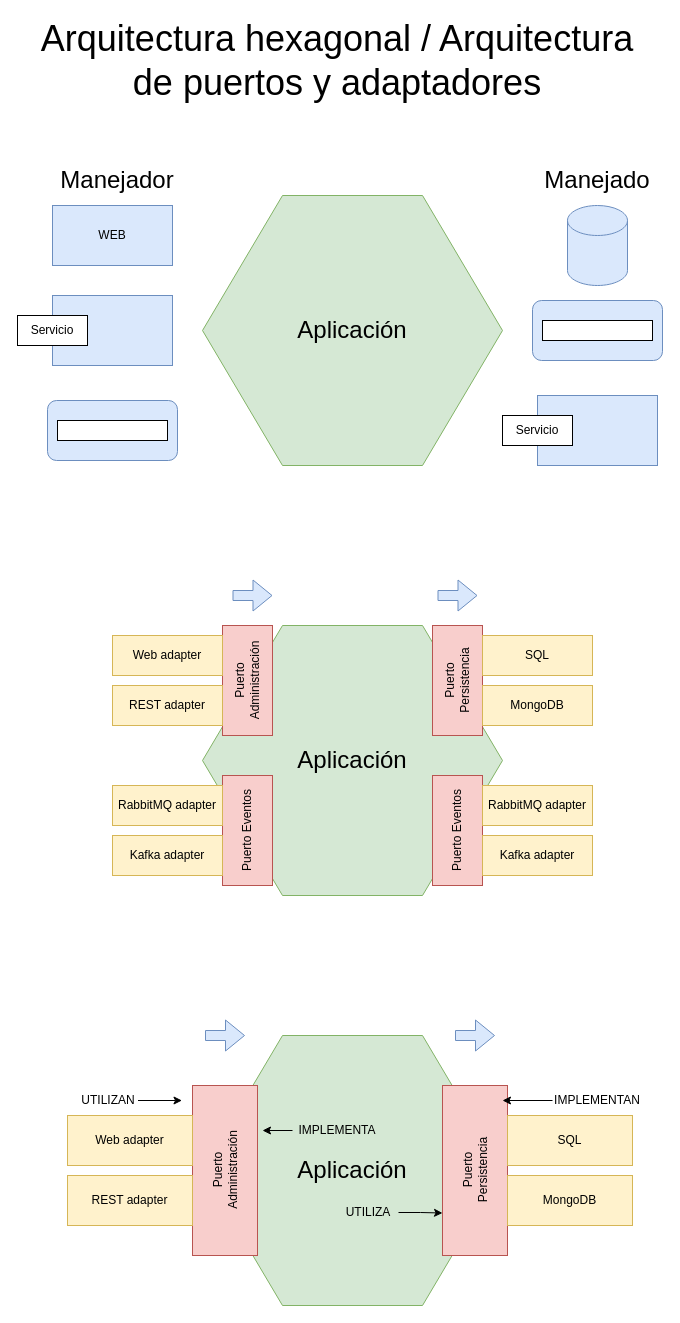
This is page "Página-27" (27 of 30) of patrones_2022_4.drawio from lrag/Patrones, a draw.io file, before an edit. Source tidied: cells renumbered, new cells numbered last; positions are measured from the earlier drawing's top-left corner, leaving out a move shared by most shapes. Both pictures are drawn from the tidied source at 100%, with x=0, y=0 at pixel (17, 45).
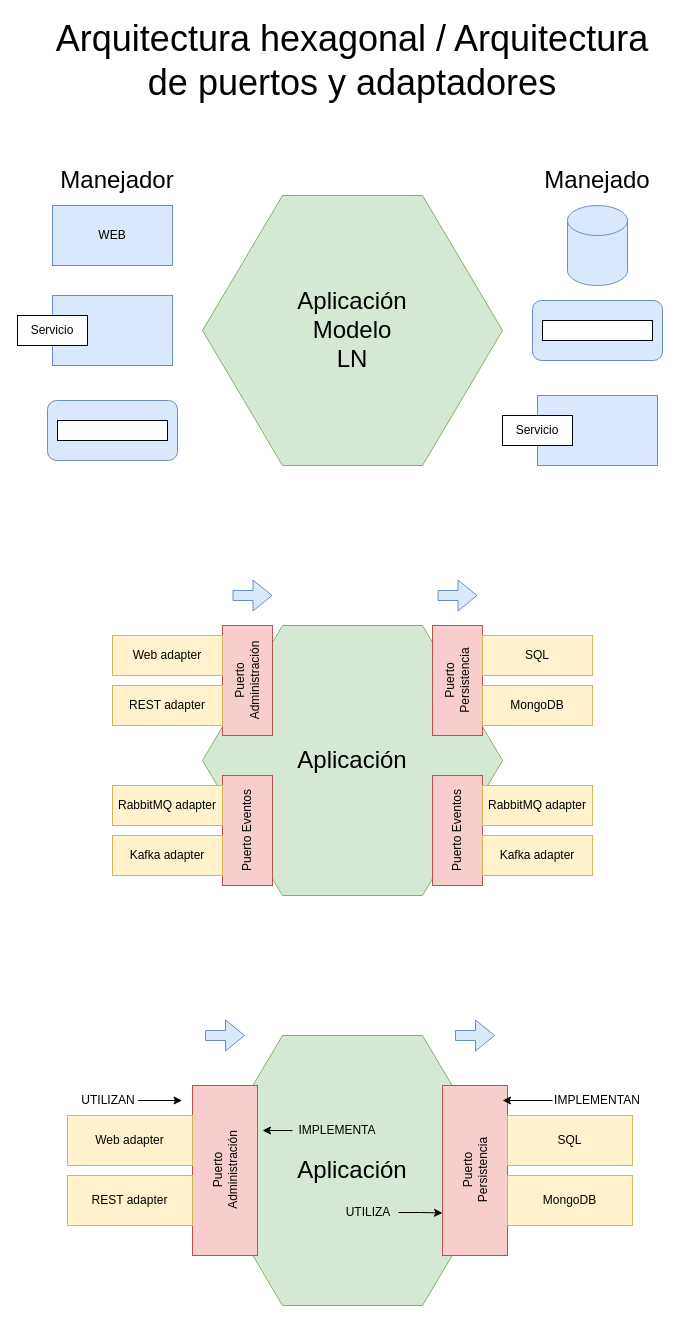
The same page after the edit.

Diff of the diagram source:
```diff
@@
-    <mxCell id="7" value="&lt;font style=&quot;font-size: 24px&quot;&gt;Aplicación&lt;/font&gt;" style="text;html=1;strokeColor=none;fillColor=none;align=center;verticalAlign=middle;whiteSpace=wrap;rounded=0;" parent="1" vertex="1">
+    <mxCell id="7" value="&lt;font style=&quot;font-size: 24px&quot;&gt;Aplicación&lt;br&gt;Modelo&lt;br&gt;LN&lt;br&gt;&lt;/font&gt;" style="text;html=1;strokeColor=none;fillColor=none;align=center;verticalAlign=middle;whiteSpace=wrap;rounded=0;" parent="1" vertex="1">
       <mxGeometry x="305" y="270" width="60" height="30" as="geometry" />
     </mxCell>
@@
     <mxCell id="46" value="&lt;font style=&quot;font-size: 36px&quot;&gt;Arquitectura hexagonal / Arquitectura de puertos y adaptadores&lt;/font&gt;" style="text;html=1;strokeColor=none;fillColor=none;align=center;verticalAlign=middle;whiteSpace=wrap;rounded=0;fontSize=12;fontColor=#000000;" parent="1" vertex="1">
-      <mxGeometry x="15" width="610" height="30" as="geometry" />
+      <mxGeometry x="30" width="610" height="30" as="geometry" />
     </mxCell>
```
